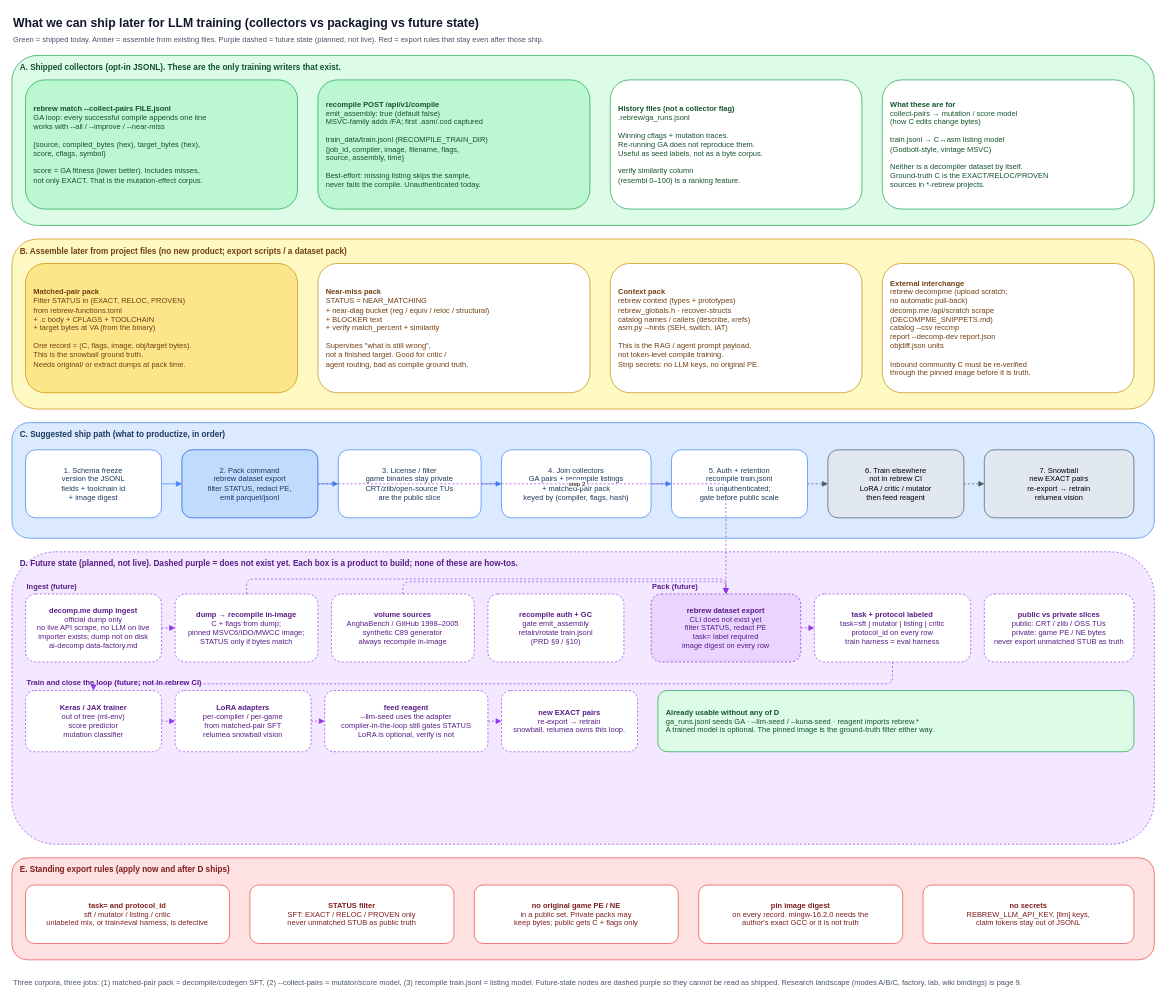
This is page "8. LLM training export" (8 of 9) of docs/architecture.drawio from maci0/rebrew, a draw.io file, before an edit. Source tidied: cells renumbered, new cells numbered last; positions are measured from the earlier drawing's top-left corner, leaving out a move shared by most shapes. Both pictures are drawn from the tidied source at 68%, with x=0, y=0 at pixel (12, 12).
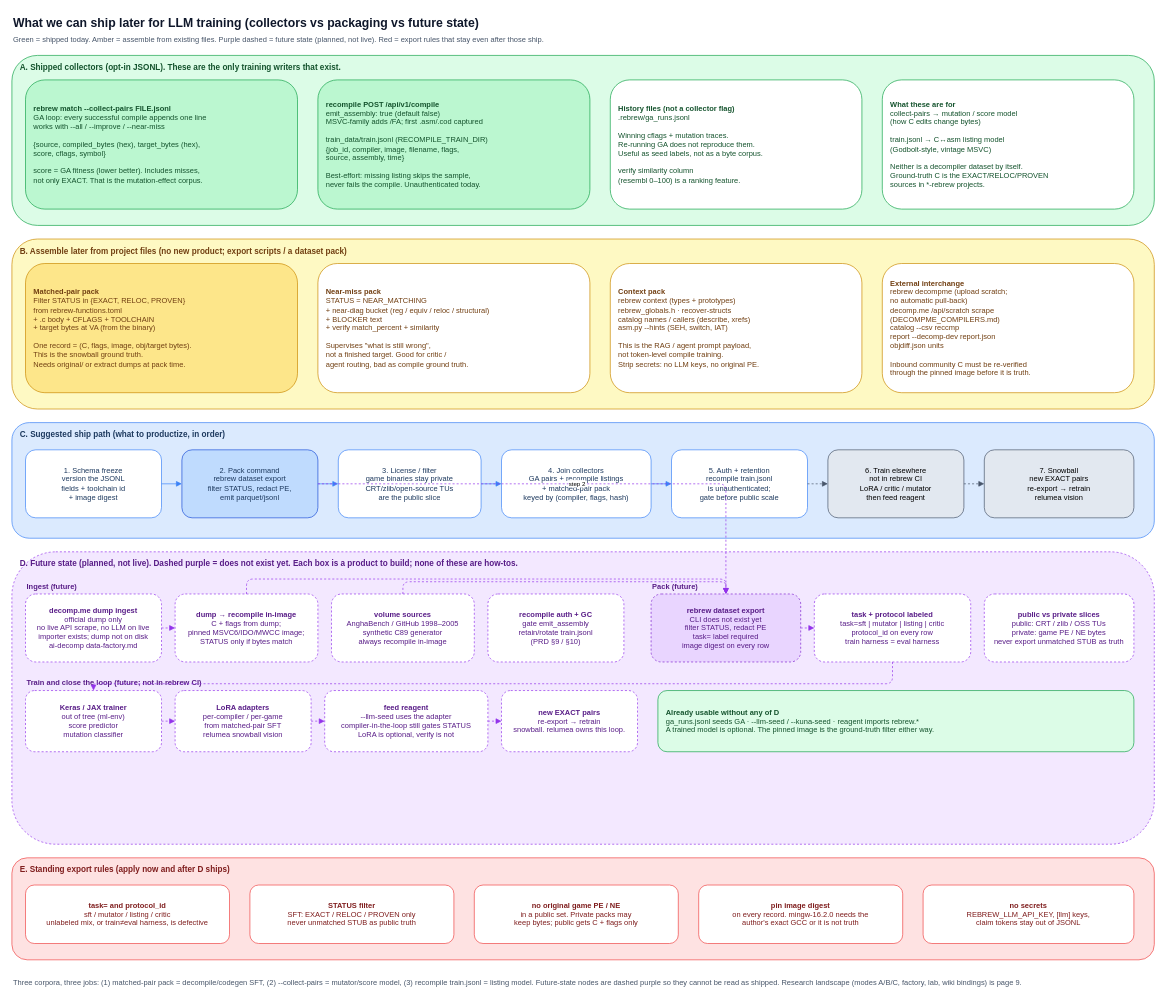
Above is the later version.

Change to the diagram source:
```diff
@@
-    <mxCell id="13" value="&lt;b&gt;External interchange&lt;/b&gt;&lt;br&gt;rebrew decompme  (upload scratch;&lt;br&gt;no automatic pull-back)&lt;br&gt;decomp.me /api/scratch scrape&lt;br&gt;(DECOMPME_SNIPPETS.md)&lt;br&gt;catalog --csv  reccmp&lt;br&gt;report --decomp-dev  report.json&lt;br&gt;objdiff.json units&lt;br&gt;&lt;br&gt;Inbound community C must be re-verified&lt;br&gt;through the pinned image before it is truth." style="rounded=1;whiteSpace=wrap;html=1;fillColor=#ffffff;strokeColor=#ca8a04;fontColor=#713f12;align=left;spacingLeft=10;fontSize=11;" parent="1" vertex="1">
+    <mxCell id="13" value="&lt;b&gt;External interchange&lt;/b&gt;&lt;br&gt;rebrew decompme  (upload scratch;&lt;br&gt;no automatic pull-back)&lt;br&gt;decomp.me /api/scratch scrape&lt;br&gt;(DECOMPME_COMPILERS.md)&lt;br&gt;catalog --csv  reccmp&lt;br&gt;report --decomp-dev  report.json&lt;br&gt;objdiff.json units&lt;br&gt;&lt;br&gt;Inbound community C must be re-verified&lt;br&gt;through the pinned image before it is truth." style="rounded=1;whiteSpace=wrap;html=1;fillColor=#ffffff;strokeColor=#ca8a04;fontColor=#713f12;align=left;spacingLeft=10;fontSize=11;" parent="1" vertex="1">
       <mxGeometry x="1280" y="370" width="370" height="190" as="geometry" />
     </mxCell>
```
